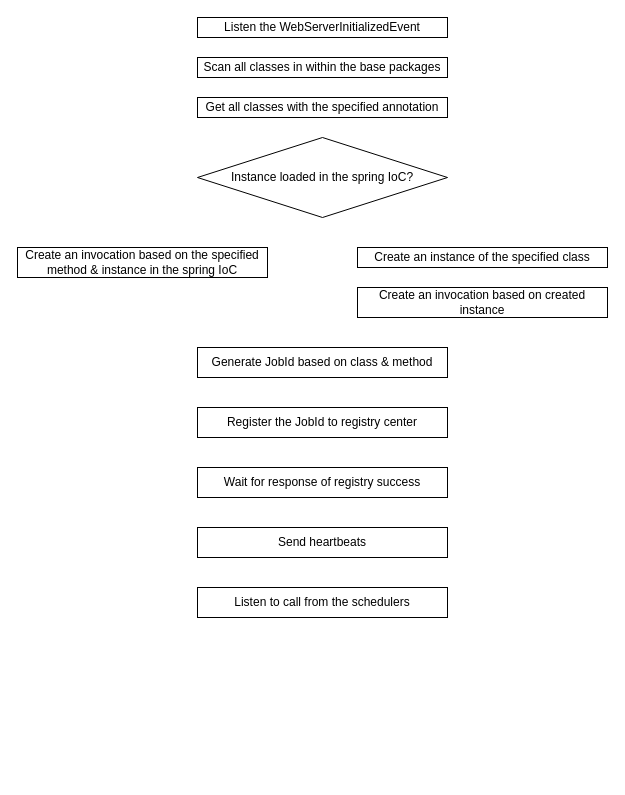
The draw.io diagram Cygnus.drawio in D15190304050/drawio_charts, before the edit. Source tidied: cells renumbered, new cells numbered last; positions are measured from the earlier drawing's top-left corner, leaving out a move shared by most shapes. Both pictures are drawn from the tidied source at 100%, with x=0, y=0 at pixel (17, 17).
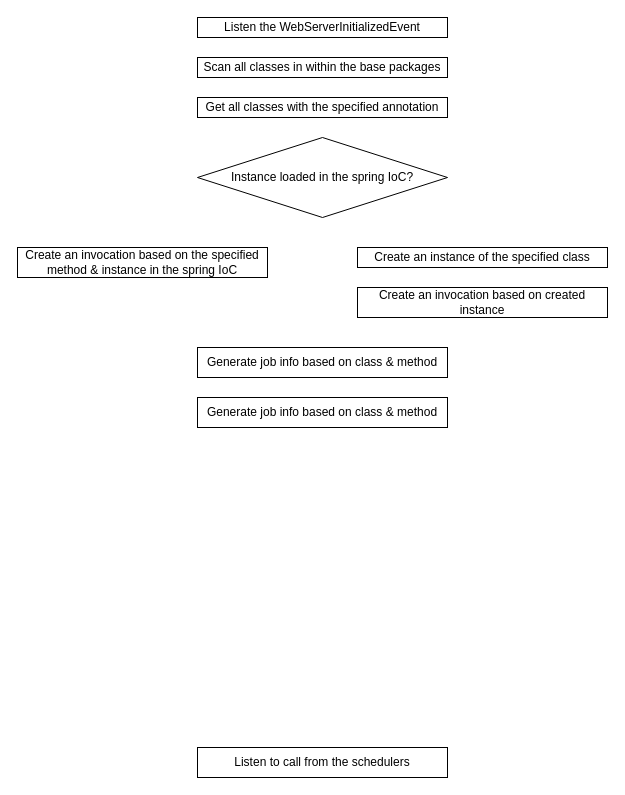
Above is the later version.

What changed in the source:
```diff
@@
 <mxGraphModel>
   <root>
     <mxCell id="0" />
     <mxCell id="1" parent="0" />
     <mxCell id="2" value="Listen the&amp;nbsp;WebServerInitializedEvent" style="rounded=0;whiteSpace=wrap;html=1;" parent="1" vertex="1">
       <mxGeometry x="180" width="250" height="20" as="geometry" />
     </mxCell>
     <mxCell id="3" value="Scan all classes in within the base packages" style="rounded=0;whiteSpace=wrap;html=1;" parent="1" vertex="1">
       <mxGeometry x="180" y="40" width="250" height="20" as="geometry" />
     </mxCell>
     <mxCell id="4" value="Get all classes with the specified annotation" style="rounded=0;whiteSpace=wrap;html=1;" parent="1" vertex="1">
       <mxGeometry x="180" y="80" width="250" height="20" as="geometry" />
     </mxCell>
     <mxCell id="5" value="Create an invocation based on the specified method &amp;amp; instance in the spring IoC" style="rounded=0;whiteSpace=wrap;html=1;" parent="1" vertex="1">
       <mxGeometry y="230" width="250" height="30" as="geometry" />
     </mxCell>
     <mxCell id="6" value="Instance loaded in the spring IoC?" style="rhombus;whiteSpace=wrap;html=1;" parent="1" vertex="1">
       <mxGeometry x="180" y="120" width="250" height="80" as="geometry" />
     </mxCell>
     <mxCell id="7" value="Create an instance of the specified class" style="rounded=0;whiteSpace=wrap;html=1;" parent="1" vertex="1">
       <mxGeometry x="340" y="230" width="250" height="20" as="geometry" />
     </mxCell>
     <mxCell id="8" value="Create an invocation based on created instance" style="rounded=0;whiteSpace=wrap;html=1;" parent="1" vertex="1">
       <mxGeometry x="340" y="270" width="250" height="30" as="geometry" />
     </mxCell>
-    <mxCell id="9" value="Generate JobId based on class &amp;amp; method" style="rounded=0;whiteSpace=wrap;html=1;" parent="1" vertex="1">
+    <mxCell id="9" value="Generate job info based on class &amp;amp; method" style="rounded=0;whiteSpace=wrap;html=1;" parent="1" vertex="1">
       <mxGeometry x="180" y="330" width="250" height="30" as="geometry" />
     </mxCell>
-    <mxCell id="10" value="Register the JobId to registry center" style="rounded=0;whiteSpace=wrap;html=1;" parent="1" vertex="1">
-      <mxGeometry x="180" y="390" width="250" height="30" as="geometry" />
-    </mxCell>
-    <mxCell id="11" value="Wait for response of registry success" style="rounded=0;whiteSpace=wrap;html=1;" parent="1" vertex="1">
-      <mxGeometry x="180" y="450" width="250" height="30" as="geometry" />
-    </mxCell>
-    <mxCell id="12" value="Send heartbeats" style="rounded=0;whiteSpace=wrap;html=1;" parent="1" vertex="1">
-      <mxGeometry x="180" y="510" width="250" height="30" as="geometry" />
-    </mxCell>
     <mxCell id="13" value="Listen to call from the schedulers" style="rounded=0;whiteSpace=wrap;html=1;" parent="1" vertex="1">
-      <mxGeometry x="180" y="570" width="250" height="30" as="geometry" />
+      <mxGeometry x="180" y="730" width="250" height="30" as="geometry" />
     </mxCell>
+    <mxCell id="14" value="Generate job info based on class &amp;amp; method" style="rounded=0;whiteSpace=wrap;html=1;" parent="1" vertex="1">
+      <mxGeometry x="180" y="380" width="250" height="30" as="geometry" />
+    </mxCell>
   </root>
 </mxGraphModel>
```
